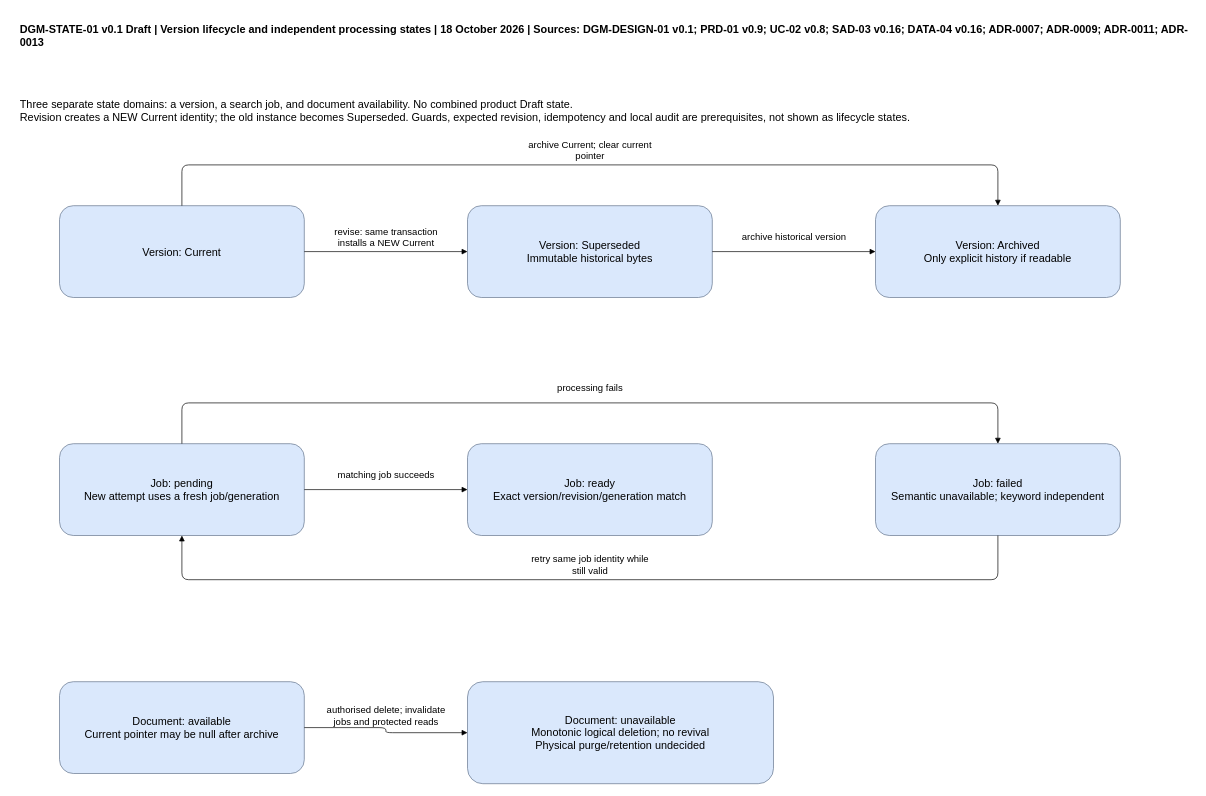
Above: docs/sdlc/diagrams/state/document-and-readiness.drawio in 900M100CK/scrum-workspace-KMS-ai (draw.io), before the change. Source tidied: cells renumbered, new cells numbered last; positions are measured from the earlier drawing's top-left corner, leaving out a move shared by most shapes. Both pictures are drawn from the tidied source at 68%, with x=0, y=0 at pixel (12, 12).
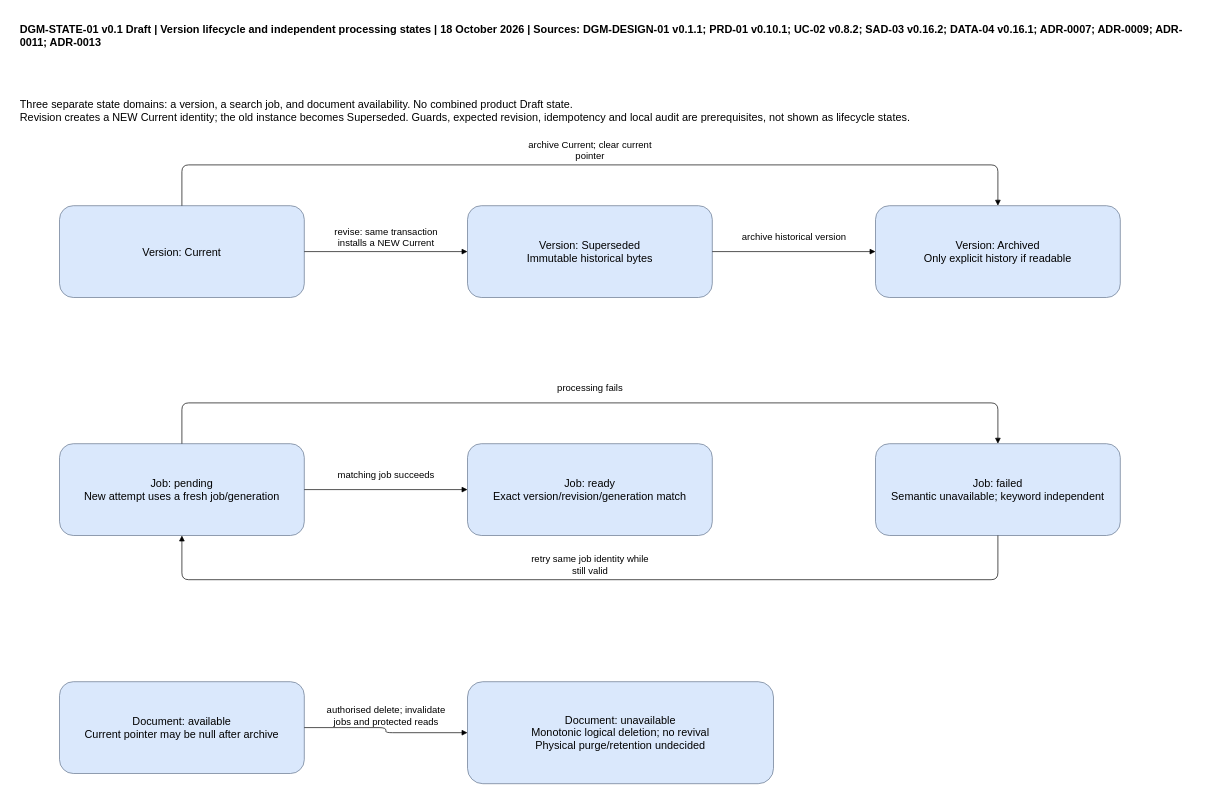
Above is the later version.

The edit, as a diff of the source:
```diff
@@
-    <mxCell id="17" value="DGM-STATE-01 v0.1 Draft | Version lifecycle and independent processing states | 18 October 2026 | Sources: DGM-DESIGN-01 v0.1; PRD-01 v0.9; UC-02 v0.8; SAD-03 v0.16; DATA-04 v0.16; ADR-0007; ADR-0009; ADR-0011; ADR-0013" style="text;align=left;fontStyle=1;whiteSpace=wrap;html=1;fontSize=16;spacing=12;" parent="1" vertex="1">
+    <mxCell id="17" value="DGM-STATE-01 v0.1 Draft | Version lifecycle and independent processing states | 18 October 2026 | Sources: DGM-DESIGN-01 v0.1.1; PRD-01 v0.10.1; UC-02 v0.8.2; SAD-03 v0.16.2; DATA-04 v0.16.1; ADR-0007; ADR-0009; ADR-0011; ADR-0013" style="text;align=left;fontStyle=1;whiteSpace=wrap;html=1;fontSize=16;spacing=12;" parent="1" vertex="1">
       <mxGeometry width="1740" height="105" as="geometry" />
     </mxCell>
```
